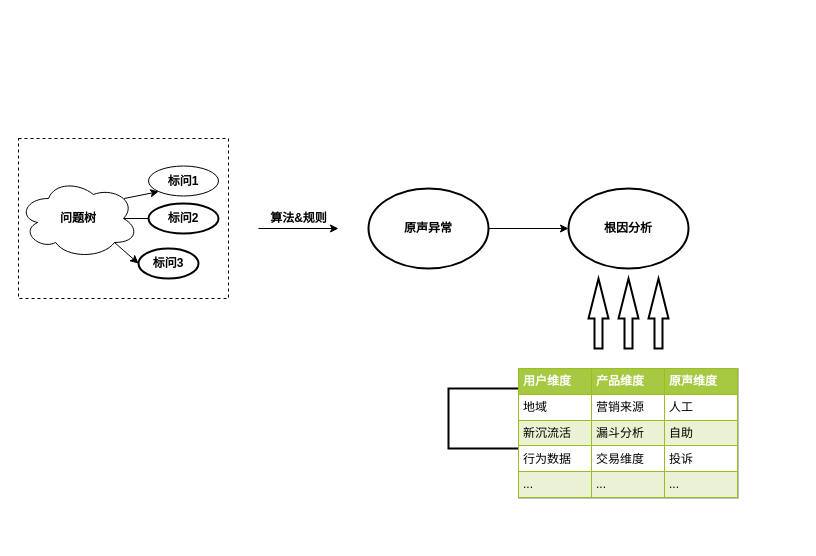
Above: 未命名绘图.drawio in LuXiaoYuan666/DoubanFilm_Collector (draw.io), before the change. Source tidied: cells renumbered, new cells numbered last; positions are measured from the earlier drawing's top-left corner, leaving out a move shared by most shapes. Both pictures are drawn from the tidied source at 100%, with x=0, y=0 at pixel (18, 138).
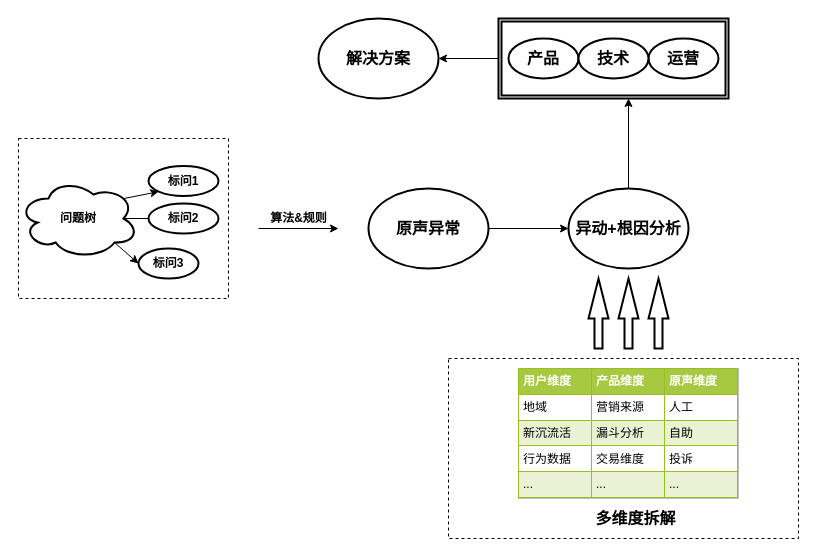
The same diagram, later.

Commit message (it also covers changes not shown here):
更新未命名绘图.drawio

What changed in the source:
```diff
@@
+    <mxCell id="20" style="edgeStyle=orthogonalEdgeStyle;rounded=0;jettySize=auto;html=1;" parent="1" edge="1" source="21">
+      <mxGeometry relative="1" as="geometry">
+        <mxPoint x="420" y="-80" as="targetPoint" />
+      </mxGeometry>
+    </mxCell>
+    <mxCell id="21" style="shape=ext;double=1;rounded=0;whiteSpace=wrap;html=1;shadow=0;sketch=0;strokeColor=#000000;strokeWidth=2;gradientColor=none;" parent="1" vertex="1">
+      <mxGeometry x="480" y="-120" width="230" height="80" as="geometry" />
+    </mxCell>
+    <mxCell id="22" value="&lt;span&gt;&lt;span style=&quot;font-size: 16px&quot;&gt;运营&lt;/span&gt;&lt;br&gt;&lt;/span&gt;" style="ellipse;whiteSpace=wrap;html=1;rounded=0;shadow=0;sketch=0;fontStyle=1;strokeWidth=2;" parent="1" vertex="1">
+      <mxGeometry x="630" y="-100" width="70" height="40" as="geometry" />
+    </mxCell>
-    <mxCell id="2" style="rounded=0;whiteSpace=wrap;html=1;shadow=0;sketch=0;strokeColor=#000000;strokeWidth=2;gradientColor=none;" parent="1" vertex="1">
-      <mxGeometry x="430" y="250" width="120" height="60" as="geometry" />
+    <mxCell id="2" style="rounded=0;whiteSpace=wrap;html=1;shadow=0;sketch=0;strokeColor=#000000;strokeWidth=1;gradientColor=none;dashed=1;" parent="1" vertex="1">
+      <mxGeometry x="430" y="220" width="350" height="180" as="geometry" />
     </mxCell>
@@
-    <mxCell id="5" value="问题树" style="ellipse;shape=cloud;whiteSpace=wrap;html=1;fontStyle=1;" parent="1" vertex="1">
+    <mxCell id="5" value="问题树" style="ellipse;shape=cloud;whiteSpace=wrap;html=1;fontStyle=1;strokeWidth=2;" parent="1" vertex="1">
       <mxGeometry y="40" width="120" height="80" as="geometry" />
     </mxCell>
-    <mxCell id="6" value="标问1" style="ellipse;whiteSpace=wrap;html=1;fontStyle=1;" parent="1" vertex="1">
+    <mxCell id="6" value="标问1" style="ellipse;whiteSpace=wrap;html=1;fontStyle=1;strokeWidth=2;" parent="1" vertex="1">
       <mxGeometry x="130" y="27.5" width="70" height="30" as="geometry" />
     </mxCell>
@@
-    <mxCell id="14" value="&lt;span&gt;原声异常&lt;/span&gt;" style="ellipse;whiteSpace=wrap;html=1;rounded=0;shadow=0;sketch=0;fontStyle=1;strokeWidth=2;" parent="1" vertex="1">
+    <mxCell id="14" value="&lt;span&gt;&lt;font style=&quot;font-size: 16px&quot;&gt;原声异常&lt;/font&gt;&lt;/span&gt;" style="ellipse;whiteSpace=wrap;html=1;rounded=0;shadow=0;sketch=0;fontStyle=1;strokeWidth=2;" parent="1" vertex="1">
       <mxGeometry x="350" y="50" width="120" height="80" as="geometry" />
     </mxCell>
+    <mxCell id="23" style="edgeStyle=orthogonalEdgeStyle;rounded=0;jettySize=auto;html=1;" parent="1" edge="1" source="15">
+      <mxGeometry relative="1" as="geometry">
+        <mxPoint x="610" y="-40" as="targetPoint" />
+      </mxGeometry>
+    </mxCell>
-    <mxCell id="15" value="&lt;span&gt;根因分析&lt;br&gt;&lt;/span&gt;" style="ellipse;whiteSpace=wrap;html=1;rounded=0;shadow=0;sketch=0;fontStyle=1;strokeWidth=2;" parent="1" vertex="1">
+    <mxCell id="15" value="&lt;span&gt;&lt;font style=&quot;font-size: 16px&quot;&gt;异动+根因分析&lt;/font&gt;&lt;br&gt;&lt;/span&gt;" style="ellipse;whiteSpace=wrap;html=1;rounded=0;shadow=0;sketch=0;fontStyle=1;strokeWidth=2;" parent="1" vertex="1">
       <mxGeometry x="550" y="50" width="120" height="80" as="geometry" />
     </mxCell>
@@
+    <mxCell id="24" value="&lt;b&gt;&lt;font style=&quot;font-size: 16px&quot;&gt;多维度拆解&lt;/font&gt;&lt;/b&gt;" style="text;html=1;strokeColor=none;fillColor=none;align=center;verticalAlign=middle;whiteSpace=wrap;rounded=0;shadow=0;dashed=1;sketch=0;" parent="1" vertex="1">
+      <mxGeometry x="575" y="370" width="85" height="20" as="geometry" />
+    </mxCell>
+    <mxCell id="25" value="&lt;span&gt;&lt;span style=&quot;font-size: 16px&quot;&gt;产品&lt;/span&gt;&lt;br&gt;&lt;/span&gt;" style="ellipse;whiteSpace=wrap;html=1;rounded=0;shadow=0;sketch=0;fontStyle=1;strokeWidth=2;" parent="1" vertex="1">
+      <mxGeometry x="490" y="-100" width="70" height="40" as="geometry" />
+    </mxCell>
+    <mxCell id="26" value="&lt;span&gt;&lt;span style=&quot;font-size: 16px&quot;&gt;技术&lt;/span&gt;&lt;br&gt;&lt;/span&gt;" style="ellipse;whiteSpace=wrap;html=1;rounded=0;shadow=0;sketch=0;fontStyle=1;strokeWidth=2;" parent="1" vertex="1">
+      <mxGeometry x="560" y="-100" width="70" height="40" as="geometry" />
+    </mxCell>
+    <mxCell id="27" value="&lt;b&gt;&lt;font style=&quot;font-size: 16px&quot;&gt;解决方案&lt;/font&gt;&lt;/b&gt;" style="ellipse;whiteSpace=wrap;html=1;rounded=0;shadow=0;sketch=0;fontStyle=1;strokeWidth=2;" parent="1" vertex="1">
+      <mxGeometry x="300" y="-120" width="120" height="80" as="geometry" />
+    </mxCell>
```
